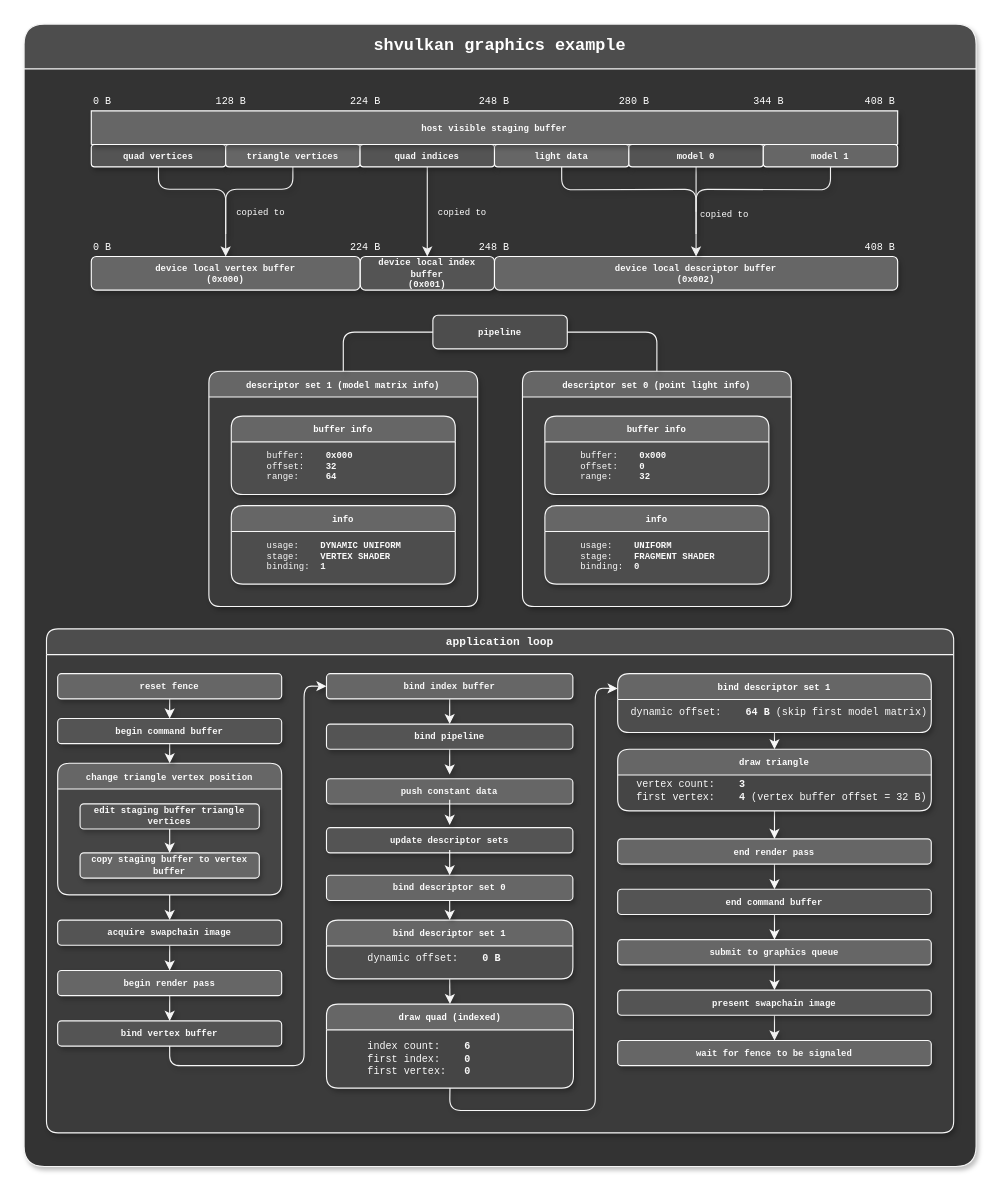
Above: examples/diagrams/shvulkan graphics.drawio in MrSinho/shvulkan (draw.io), before the change. Source tidied: cells renumbered, new cells numbered last; positions are measured from the earlier drawing's top-left corner, leaving out a move shared by most shapes. Both pictures are drawn from the tidied source at 112%, with x=0, y=0 at pixel (24, 24).
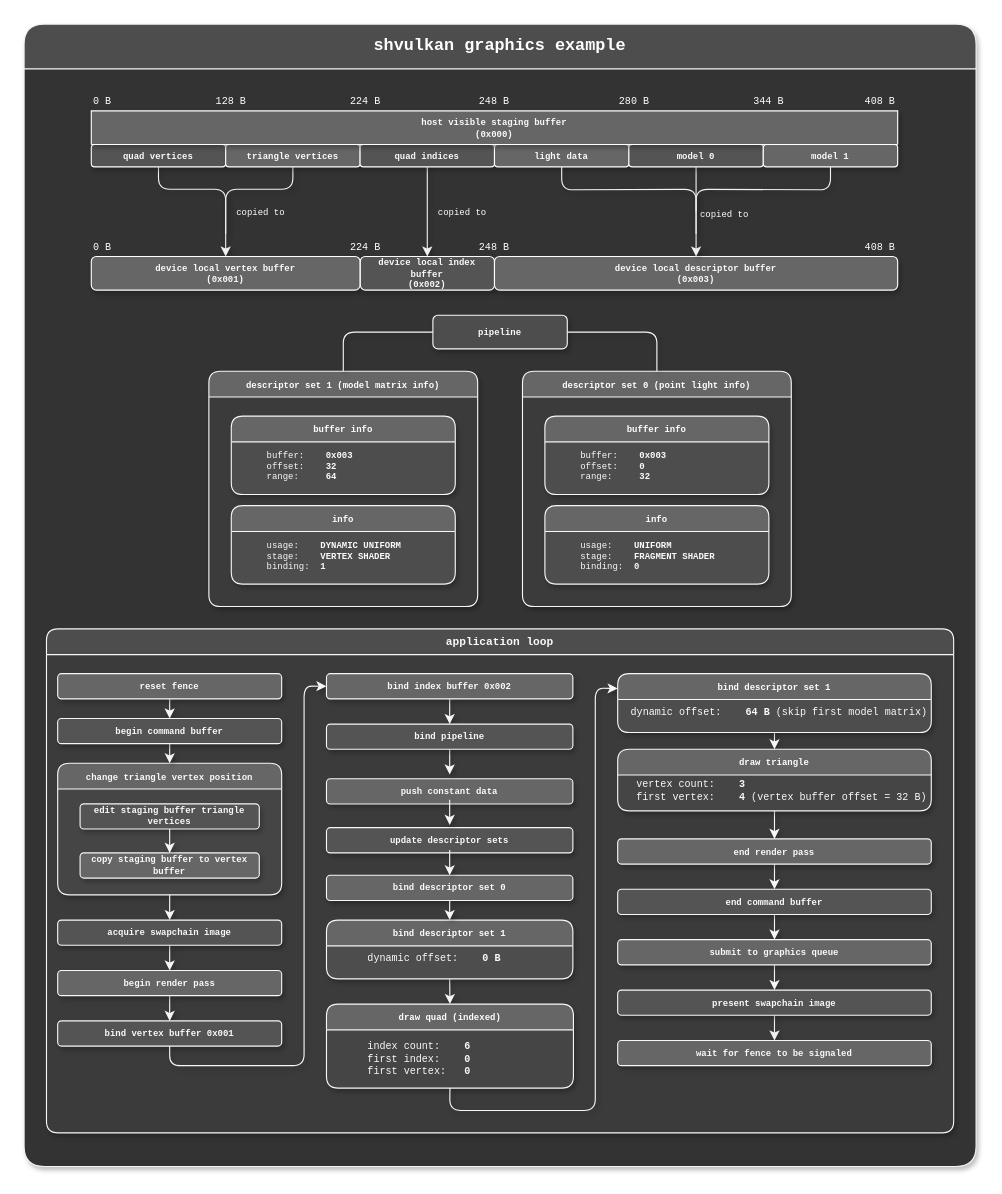
The same diagram, later.

Unchanged cells that the change refers to:
```xml
<mxCell id="2" value="&lt;font face=&quot;consolas&quot; style=&quot;font-size: 15px;&quot;&gt;shvulkan graphics example&lt;/font&gt;" style="swimlane;html=1;fontSize=12;startSize=40;labelBackgroundColor=none;whiteSpace=wrap;fontColor=#FFFFFF;fillColor=#4D4D4D;strokeColor=#F5F5F5;strokeWidth=1;rounded=1;swimlaneFillColor=#333333;shadow=1;" parent="1" vertex="1">
  <mxGeometry width="850" height="1020" as="geometry" />
</mxCell>
<mxCell id="16" value="buffer info" style="swimlane;whiteSpace=wrap;html=1;fontSize=8;fontFamily=consolas;fillColor=#666666;fontColor=#FFFFFF;strokeColor=#F7F7F7;rounded=1;swimlaneFillColor=#4D4D4D;shadow=1;labelBackgroundColor=none;" parent="15" vertex="1">
  <mxGeometry x="20" y="40" width="200" height="70" as="geometry" />
</mxCell>
<mxCell id="21" value="buffer info" style="swimlane;whiteSpace=wrap;html=1;fontSize=8;fontFamily=consolas;fillColor=#666666;strokeColor=#F7F7F7;fontColor=#FFFFFF;rounded=1;swimlaneFillColor=#4D4D4D;shadow=1;labelBackgroundColor=none;" parent="20" vertex="1">
  <mxGeometry x="20" y="40" width="200" height="70" as="geometry" />
</mxCell>
```

What changed in the source:
```diff
@@
-    <mxCell id="17" value="buffer:&amp;nbsp; &amp;nbsp;&amp;nbsp;&lt;b style=&quot;font-size: 8px;&quot;&gt;0x000&lt;/b&gt;&lt;br style=&quot;font-size: 8px;&quot;&gt;offset:&amp;nbsp; &amp;nbsp;&amp;nbsp;&lt;b style=&quot;font-size: 8px;&quot;&gt;0&lt;br style=&quot;font-size: 8px;&quot;&gt;&lt;/b&gt;range:&amp;nbsp; &amp;nbsp; &amp;nbsp;&lt;b style=&quot;font-size: 8px;&quot;&gt;32&lt;/b&gt;" style="text;html=1;align=left;verticalAlign=middle;strokeColor=none;fillColor=none;fontSize=8;fontFamily=consolas;fontColor=#FAFAFA;labelBackgroundColor=none;shadow=1;" parent="16" vertex="1">
+    <mxCell id="17" value="buffer:&amp;nbsp; &amp;nbsp;&amp;nbsp;&lt;b style=&quot;font-size: 8px;&quot;&gt;0x003&lt;/b&gt;&lt;br style=&quot;font-size: 8px;&quot;&gt;offset:&amp;nbsp; &amp;nbsp;&amp;nbsp;&lt;b style=&quot;font-size: 8px;&quot;&gt;0&lt;br style=&quot;font-size: 8px;&quot;&gt;&lt;/b&gt;range:&amp;nbsp; &amp;nbsp; &amp;nbsp;&lt;b style=&quot;font-size: 8px;&quot;&gt;32&lt;/b&gt;" style="text;html=1;align=left;verticalAlign=middle;strokeColor=none;fillColor=none;fontSize=8;fontFamily=consolas;fontColor=#FAFAFA;labelBackgroundColor=none;shadow=1;" parent="16" vertex="1">
       <mxGeometry x="30" y="25" width="90" height="40" as="geometry" />
     </mxCell>
@@
-    <mxCell id="22" value="buffer:&amp;nbsp; &amp;nbsp;&amp;nbsp;&lt;b style=&quot;font-size: 8px;&quot;&gt;0x000&lt;/b&gt;&lt;br style=&quot;font-size: 8px;&quot;&gt;offset:&amp;nbsp; &amp;nbsp; &lt;b style=&quot;font-size: 8px;&quot;&gt;32&lt;br style=&quot;font-size: 8px;&quot;&gt;&lt;/b&gt;range:&amp;nbsp; &amp;nbsp; &amp;nbsp;&lt;b style=&quot;font-size: 8px;&quot;&gt;64&lt;/b&gt;" style="text;html=1;align=left;verticalAlign=middle;strokeColor=none;fillColor=none;fontSize=8;fontFamily=consolas;fontColor=#FAFAFA;labelBackgroundColor=none;shadow=1;" parent="21" vertex="1">
+    <mxCell id="22" value="buffer:&amp;nbsp; &amp;nbsp;&amp;nbsp;&lt;b style=&quot;font-size: 8px;&quot;&gt;0x003&lt;/b&gt;&lt;br style=&quot;font-size: 8px;&quot;&gt;offset:&amp;nbsp; &amp;nbsp; &lt;b style=&quot;font-size: 8px;&quot;&gt;32&lt;br style=&quot;font-size: 8px;&quot;&gt;&lt;/b&gt;range:&amp;nbsp; &amp;nbsp; &amp;nbsp;&lt;b style=&quot;font-size: 8px;&quot;&gt;64&lt;/b&gt;" style="text;html=1;align=left;verticalAlign=middle;strokeColor=none;fillColor=none;fontSize=8;fontFamily=consolas;fontColor=#FAFAFA;labelBackgroundColor=none;shadow=1;" parent="21" vertex="1">
       <mxGeometry x="30" y="25" width="90" height="40" as="geometry" />
     </mxCell>
@@
-    <mxCell id="30" value="&lt;font style=&quot;font-size: 8px;&quot;&gt;host visible staging buffer&lt;/font&gt;" style="swimlane;whiteSpace=wrap;html=1;startSize=30;fontFamily=consolas;fontSize=8;fillColor=#666666;strokeColor=#FFFFFF;fontColor=#FAFAFA;rounded=1;strokeWidth=1;shadow=1;labelBackgroundColor=none;swimlaneFillColor=none;" parent="2" vertex="1">
+    <mxCell id="30" value="&lt;font style=&quot;font-size: 8px;&quot;&gt;host visible staging buffer&lt;br&gt;(0x000)&lt;br&gt;&lt;/font&gt;" style="swimlane;whiteSpace=wrap;html=1;startSize=30;fontFamily=consolas;fontSize=8;fillColor=#666666;strokeColor=#FFFFFF;fontColor=#FAFAFA;rounded=1;strokeWidth=1;shadow=1;labelBackgroundColor=none;swimlaneFillColor=none;" parent="2" vertex="1">
       <mxGeometry x="60" y="77.5" width="720" height="30" as="geometry" />
     </mxCell>
@@
-    <mxCell id="41" value="bind vertex buffer" style="whiteSpace=wrap;html=1;align=center;fontFamily=consolas;fontSize=8;fontStyle=1;fillColor=#545454;strokeColor=#F7F7F7;fontColor=#FAFAFA;swimlaneFillColor=none;rounded=1;shadow=1;labelBackgroundColor=none;" parent="2" vertex="1">
+    <mxCell id="41" value="bind vertex buffer 0x001" style="whiteSpace=wrap;html=1;align=center;fontFamily=consolas;fontSize=8;fontStyle=1;fillColor=#545454;strokeColor=#F7F7F7;fontColor=#FAFAFA;swimlaneFillColor=none;rounded=1;shadow=1;labelBackgroundColor=none;" parent="2" vertex="1">
       <mxGeometry x="30" y="890" width="200" height="22.5" as="geometry" />
     </mxCell>
@@
-    <mxCell id="44" value="bind index buffer" style="whiteSpace=wrap;html=1;align=center;fontFamily=consolas;fontSize=8;fontStyle=1;fillColor=#666666;fontColor=#FAFAFA;strokeColor=#F7F7F7;swimlaneFillColor=none;rounded=1;shadow=1;labelBackgroundColor=none;" parent="2" vertex="1">
+    <mxCell id="44" value="bind index buffer 0x002" style="whiteSpace=wrap;html=1;align=center;fontFamily=consolas;fontSize=8;fontStyle=1;fillColor=#666666;fontColor=#FAFAFA;strokeColor=#F7F7F7;swimlaneFillColor=none;rounded=1;shadow=1;labelBackgroundColor=none;" parent="2" vertex="1">
       <mxGeometry x="270" y="580" width="220" height="22.5" as="geometry" />
     </mxCell>
@@
-    <mxCell id="78" value="&lt;font style=&quot;font-size: 8px;&quot; face=&quot;consolas&quot;&gt;&lt;b style=&quot;font-size: 8px;&quot;&gt;device local vertex buffer&lt;br style=&quot;font-size: 8px;&quot;&gt;(0x000)&lt;/b&gt;&lt;/font&gt;" style="rounded=1;whiteSpace=wrap;html=1;shadow=1;glass=0;labelBackgroundColor=none;strokeColor=#FFFFFF;strokeWidth=1;fontColor=#FAFAFA;fillColor=#666666;fontSize=8;swimlaneFillColor=none;" parent="2" vertex="1">
+    <mxCell id="78" value="&lt;font style=&quot;font-size: 8px;&quot; face=&quot;consolas&quot;&gt;&lt;b style=&quot;font-size: 8px;&quot;&gt;device local vertex buffer&lt;br style=&quot;font-size: 8px;&quot;&gt;(0x001)&lt;/b&gt;&lt;/font&gt;" style="rounded=1;whiteSpace=wrap;html=1;shadow=1;glass=0;labelBackgroundColor=none;strokeColor=#FFFFFF;strokeWidth=1;fontColor=#FAFAFA;fillColor=#666666;fontSize=8;swimlaneFillColor=none;" parent="2" vertex="1">
       <mxGeometry x="60" y="207.5" width="240" height="30" as="geometry" />
     </mxCell>
-    <mxCell id="79" value="&lt;font style=&quot;font-size: 8px;&quot; face=&quot;consolas&quot;&gt;&lt;b style=&quot;font-size: 8px;&quot;&gt;device local index buffer&lt;br style=&quot;font-size: 8px;&quot;&gt;(0x001)&lt;/b&gt;&lt;/font&gt;" style="rounded=1;whiteSpace=wrap;html=1;shadow=1;glass=0;labelBackgroundColor=none;strokeColor=#FFFFFF;strokeWidth=1;fontColor=#FAFAFA;fillColor=#545454;fontSize=8;swimlaneFillColor=none;" parent="2" vertex="1">
+    <mxCell id="79" value="&lt;font style=&quot;font-size: 8px;&quot; face=&quot;consolas&quot;&gt;&lt;b style=&quot;font-size: 8px;&quot;&gt;device local index buffer&lt;br style=&quot;font-size: 8px;&quot;&gt;(0x002)&lt;/b&gt;&lt;/font&gt;" style="rounded=1;whiteSpace=wrap;html=1;shadow=1;glass=0;labelBackgroundColor=none;strokeColor=#FFFFFF;strokeWidth=1;fontColor=#FAFAFA;fillColor=#545454;fontSize=8;swimlaneFillColor=none;" parent="2" vertex="1">
       <mxGeometry x="300.2" y="207.5" width="119.8" height="30" as="geometry" />
     </mxCell>
-    <mxCell id="80" value="&lt;font style=&quot;font-size: 8px;&quot; face=&quot;consolas&quot;&gt;&lt;b style=&quot;font-size: 8px;&quot;&gt;device local descriptor buffer&lt;br style=&quot;font-size: 8px;&quot;&gt;(0x002)&lt;/b&gt;&lt;/font&gt;" style="rounded=1;whiteSpace=wrap;html=1;shadow=1;glass=0;labelBackgroundColor=none;strokeColor=#FFFFFF;strokeWidth=1;fontColor=#FAFAFA;fillColor=#666666;fontSize=8;swimlaneFillColor=none;" parent="2" vertex="1">
+    <mxCell id="80" value="&lt;font style=&quot;font-size: 8px;&quot; face=&quot;consolas&quot;&gt;&lt;b style=&quot;font-size: 8px;&quot;&gt;device local descriptor buffer&lt;br style=&quot;font-size: 8px;&quot;&gt;(0x003)&lt;/b&gt;&lt;/font&gt;" style="rounded=1;whiteSpace=wrap;html=1;shadow=1;glass=0;labelBackgroundColor=none;strokeColor=#FFFFFF;strokeWidth=1;fontColor=#FAFAFA;fillColor=#666666;fontSize=8;swimlaneFillColor=none;" parent="2" vertex="1">
       <mxGeometry x="420" y="207.5" width="360" height="30" as="geometry" />
     </mxCell>
```
